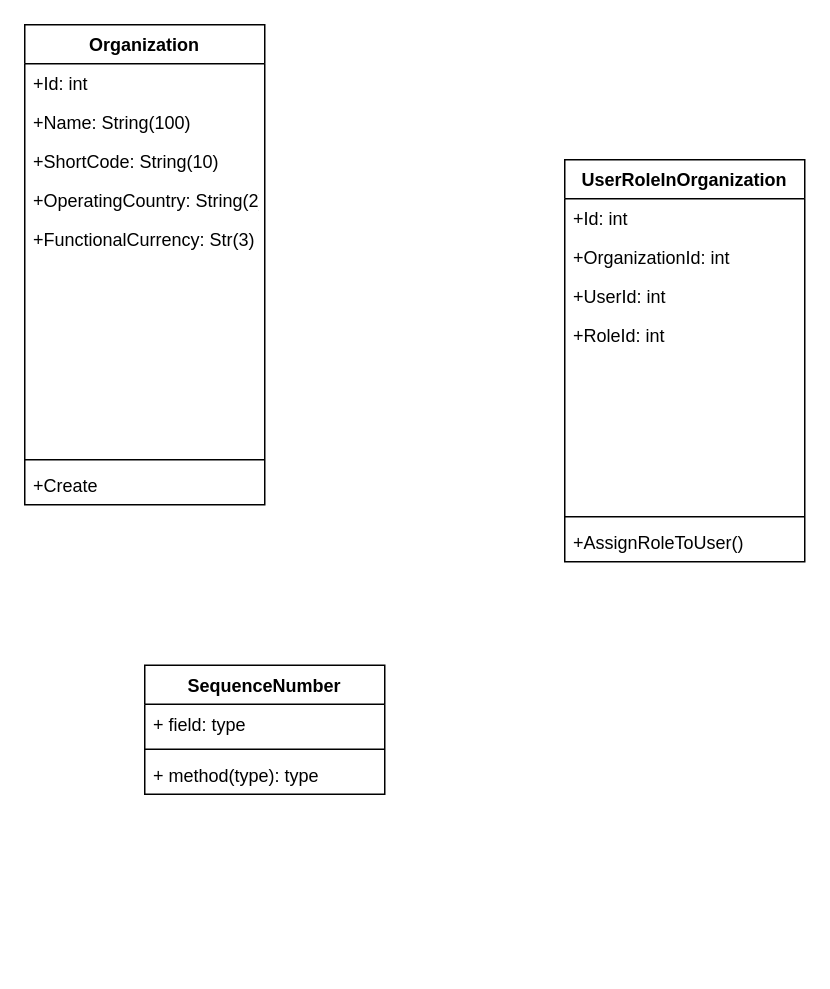
The draw.io diagram Organization.drawio in hkdotneteam/hkdotnet.Framework, before the edit. Source tidied: cells renumbered, new cells numbered last; positions are measured from the earlier drawing's top-left corner, leaving out a move shared by most shapes. Both pictures are drawn from the tidied source at 150%, with x=0, y=0 at pixel (24, 24).
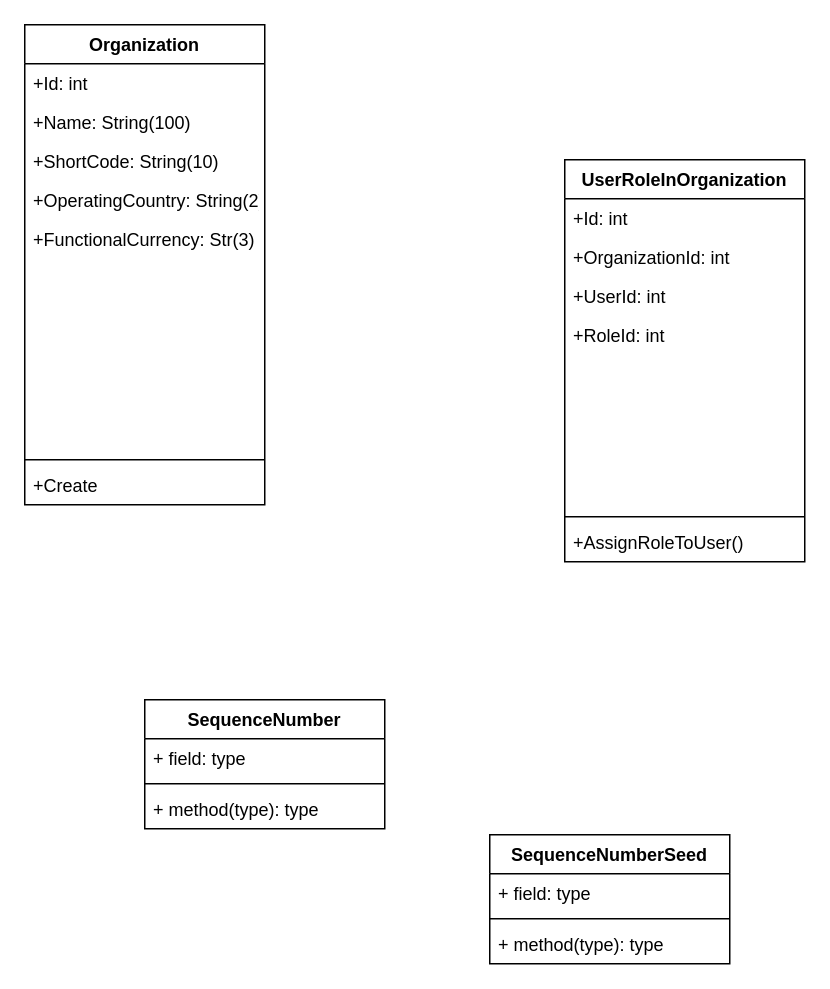
The same page after the edit.

Change to the diagram source:
```diff
@@
     <mxCell id="26" value="SequenceNumber" style="swimlane;fontStyle=1;align=center;verticalAlign=top;horizontal=1;startSize=26;" parent="1" vertex="1">
-      <mxGeometry x="80" y="427" width="160" height="86" as="geometry" />
+      <mxGeometry x="80" y="450" width="160" height="86" as="geometry" />
     </mxCell>
@@
+    <mxCell id="30" value="SequenceNumberSeed" style="swimlane;fontStyle=1;align=center;verticalAlign=top;horizontal=1;startSize=26;" parent="1" vertex="1">
+      <mxGeometry x="310" y="540" width="160" height="86" as="geometry" />
+    </mxCell>
+    <mxCell id="31" value="+ field: type" style="text;strokeColor=none;fillColor=none;align=left;verticalAlign=top;spacingLeft=4;spacingRight=4;overflow=hidden;" parent="30" vertex="1">
+      <mxGeometry y="26" width="160" height="26" as="geometry" />
+    </mxCell>
+    <mxCell id="32" style="line;strokeWidth=1;fillColor=none;align=left;verticalAlign=middle;spacingTop=-1;spacingLeft=3;spacingRight=3;labelPosition=right;" parent="30" vertex="1">
+      <mxGeometry y="52" width="160" height="8" as="geometry" />
+    </mxCell>
+    <mxCell id="33" value="+ method(type): type" style="text;strokeColor=none;fillColor=none;align=left;verticalAlign=top;spacingLeft=4;spacingRight=4;overflow=hidden;" parent="30" vertex="1">
+      <mxGeometry y="60" width="160" height="26" as="geometry" />
+    </mxCell>
```
